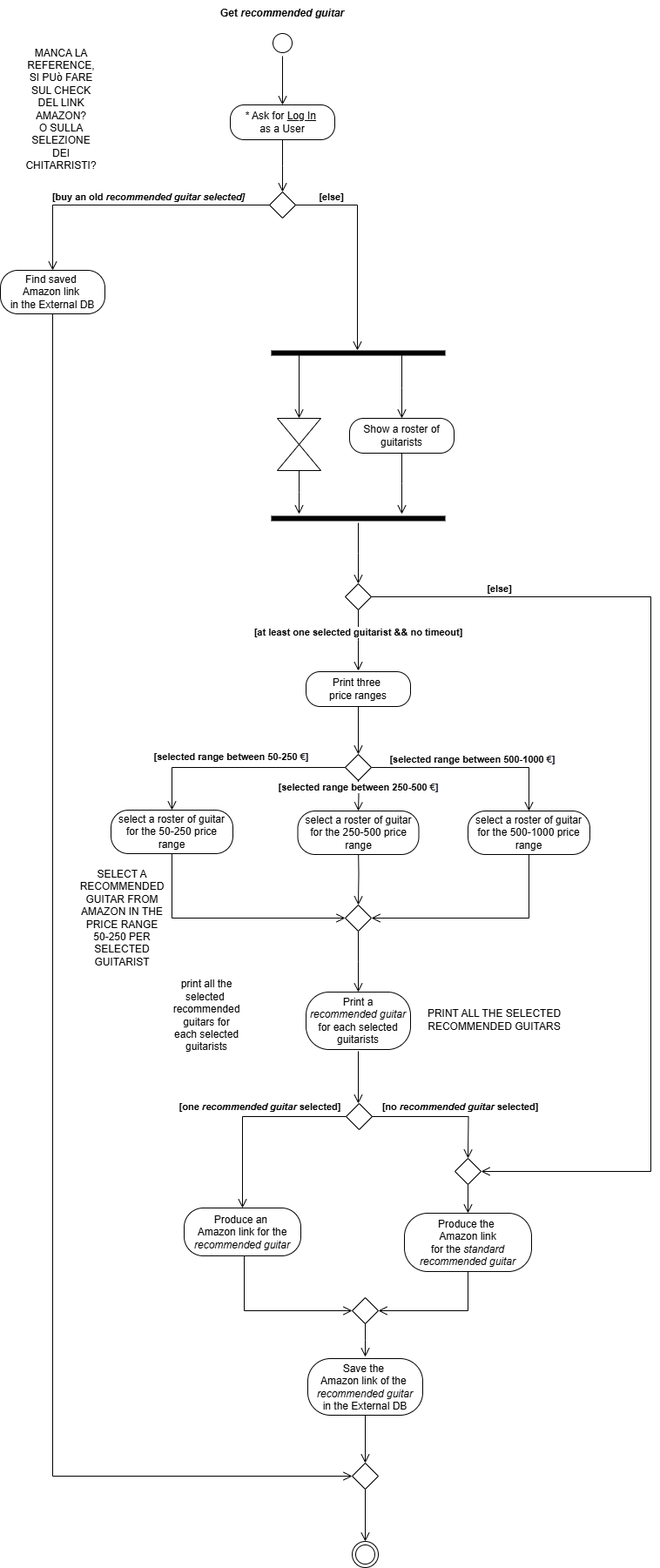
Earlier version of the draw.io export ActivityDiagramM.drawio.png (TizianoLilli/ISPW-Project). Source tidied: cells renumbered, new cells last; positions are measured from the earlier drawing's top-left corner, leaving out a move shared by most shapes.
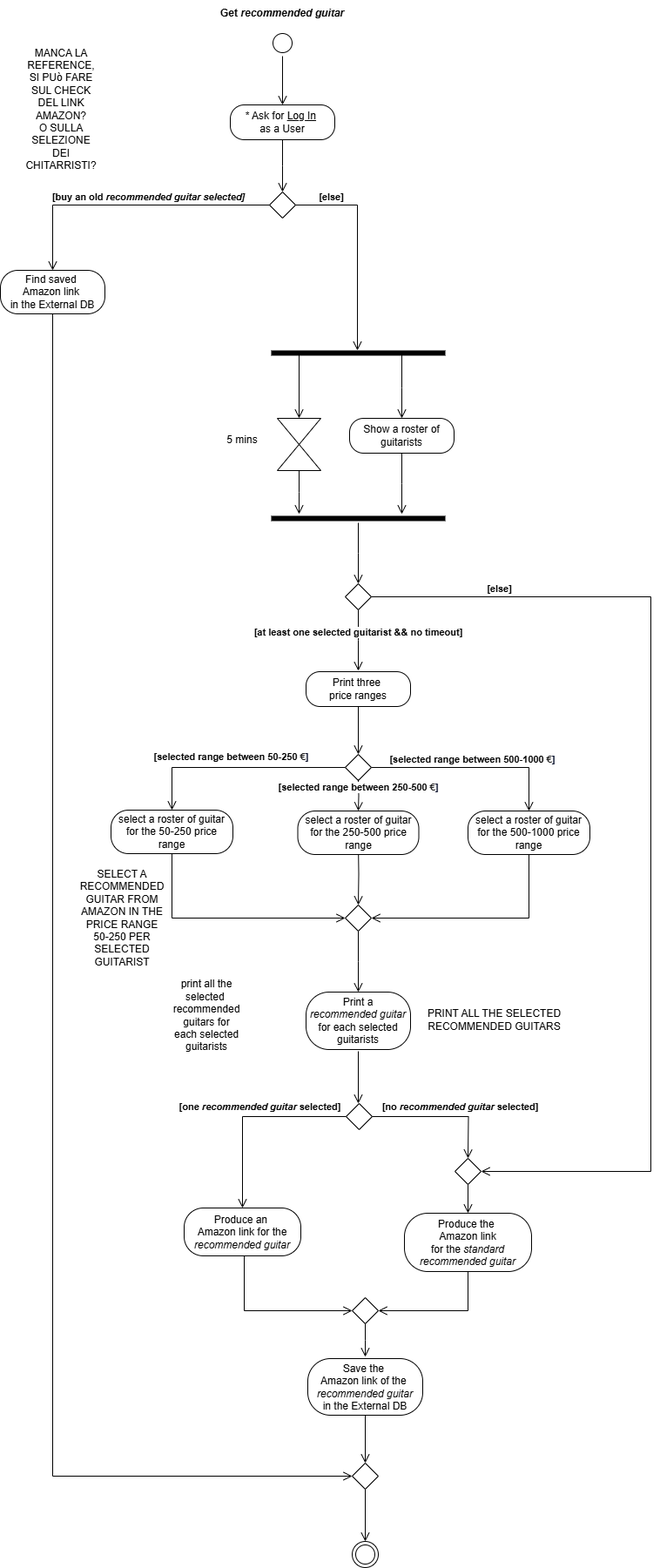
Later version of the same file.

Change to the diagram source:
```diff
@@ -240,5 +240,8 @@
     <mxCell id="60" style="edgeStyle=orthogonalEdgeStyle;html=1;verticalAlign=bottom;endArrow=open;endSize=8;rounded=0;labelBackgroundColor=none;fontColor=default;exitX=0.5;exitY=1;exitDx=0;exitDy=0;entryX=0.5;entryY=0;entryDx=0;entryDy=0;" parent="1" edge="1" source="59" target="25">
       <mxGeometry relative="1" as="geometry" />
     </mxCell>
+    <mxCell id="61" value="5 mins" style="text;html=1;align=center;verticalAlign=middle;whiteSpace=wrap;rounded=0;" parent="1" vertex="1">
+      <mxGeometry x="248" y="490" width="60" height="30" as="geometry" />
+    </mxCell>
   </root>
 </mxGraphModel>
```
